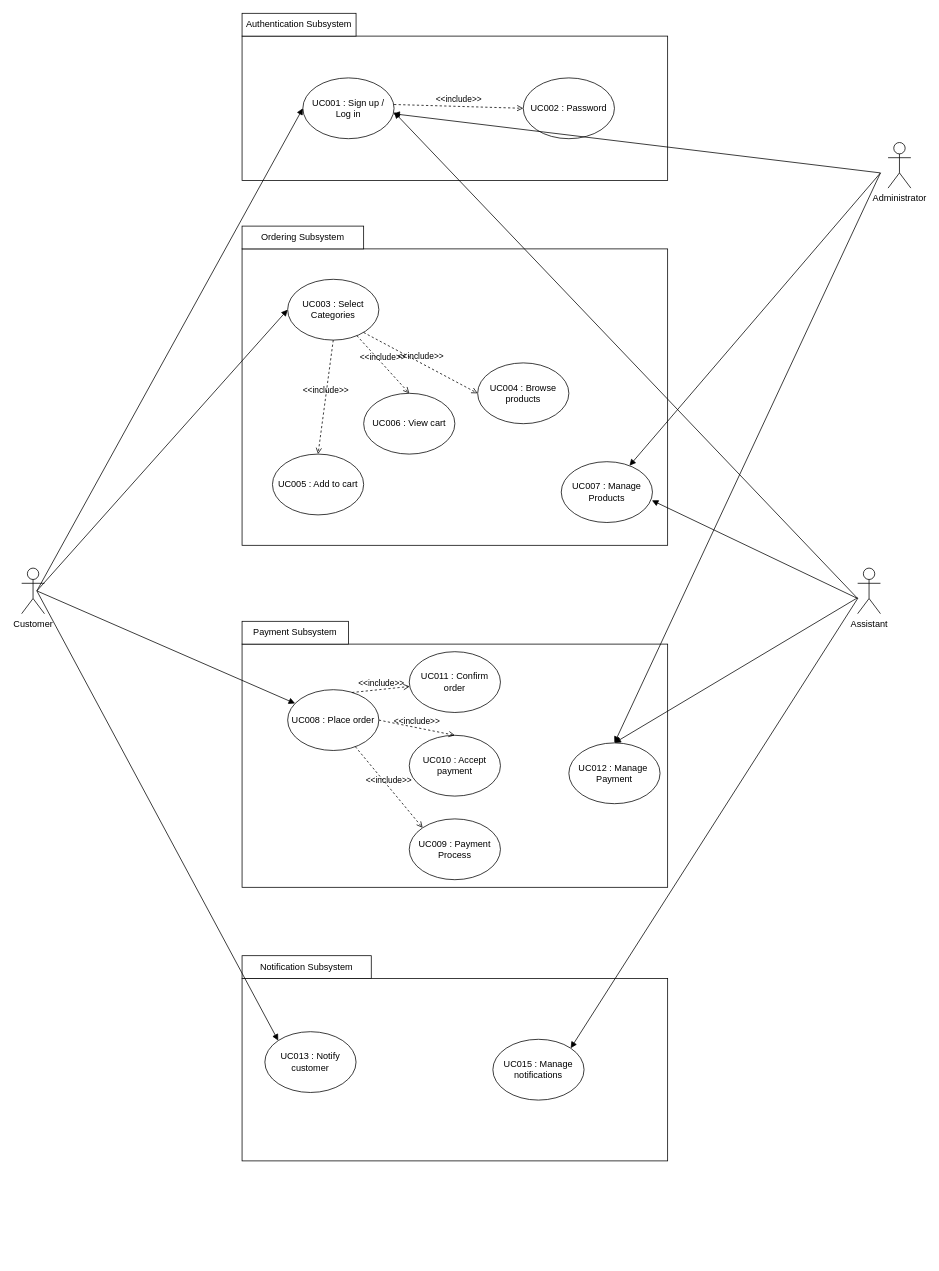
This is page "Use case diagram" (1 of 2) of proposal/submission/sec02/Allen/diagram.drawio from drshahizan/software-engineering, a draw.io file, before an edit. Source tidied: cells renumbered, new cells numbered last; positions are measured from the earlier drawing's top-left corner, leaving out a move shared by most shapes. Both pictures are drawn from the tidied source at 76%, with x=0, y=0 at pixel (21, 13).
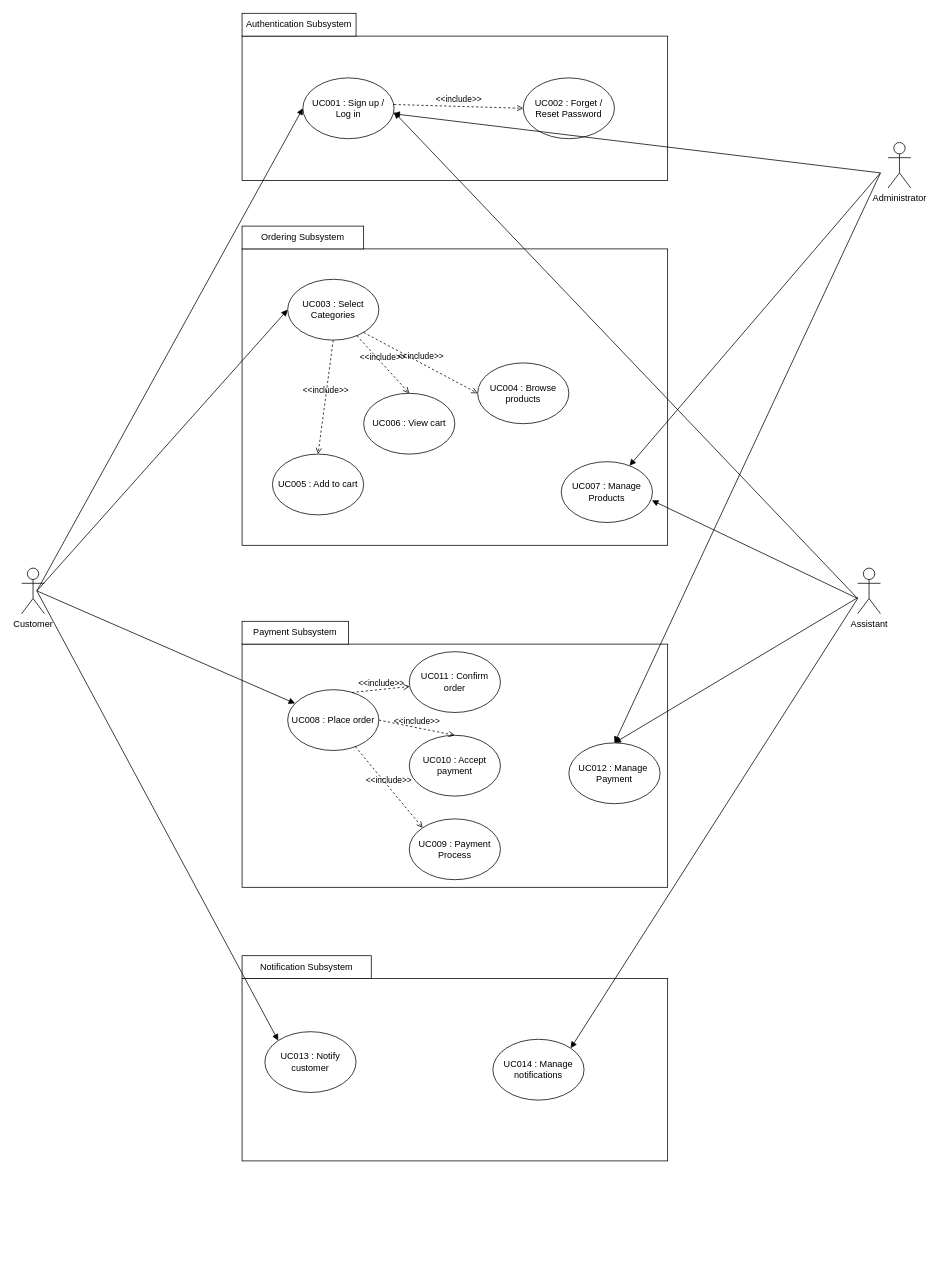
After the change.

Diff of the diagram source:
```diff
@@
-    <mxCell id="5" value="UC002 : Password" style="ellipse;whiteSpace=wrap;html=1;" parent="1" vertex="1">
+    <mxCell id="5" value="UC002 : Forget / Reset Password" style="ellipse;whiteSpace=wrap;html=1;" parent="1" vertex="1">
       <mxGeometry x="660" y="85" width="120" height="80" as="geometry" />
     </mxCell>
@@
-    <mxCell id="23" value="UC015 : Manage notifications" style="ellipse;whiteSpace=wrap;html=1;" parent="1" vertex="1">
+    <mxCell id="23" value="UC014 : Manage notifications" style="ellipse;whiteSpace=wrap;html=1;" parent="1" vertex="1">
       <mxGeometry x="620" y="1350" width="120" height="80" as="geometry" />
     </mxCell>
```
